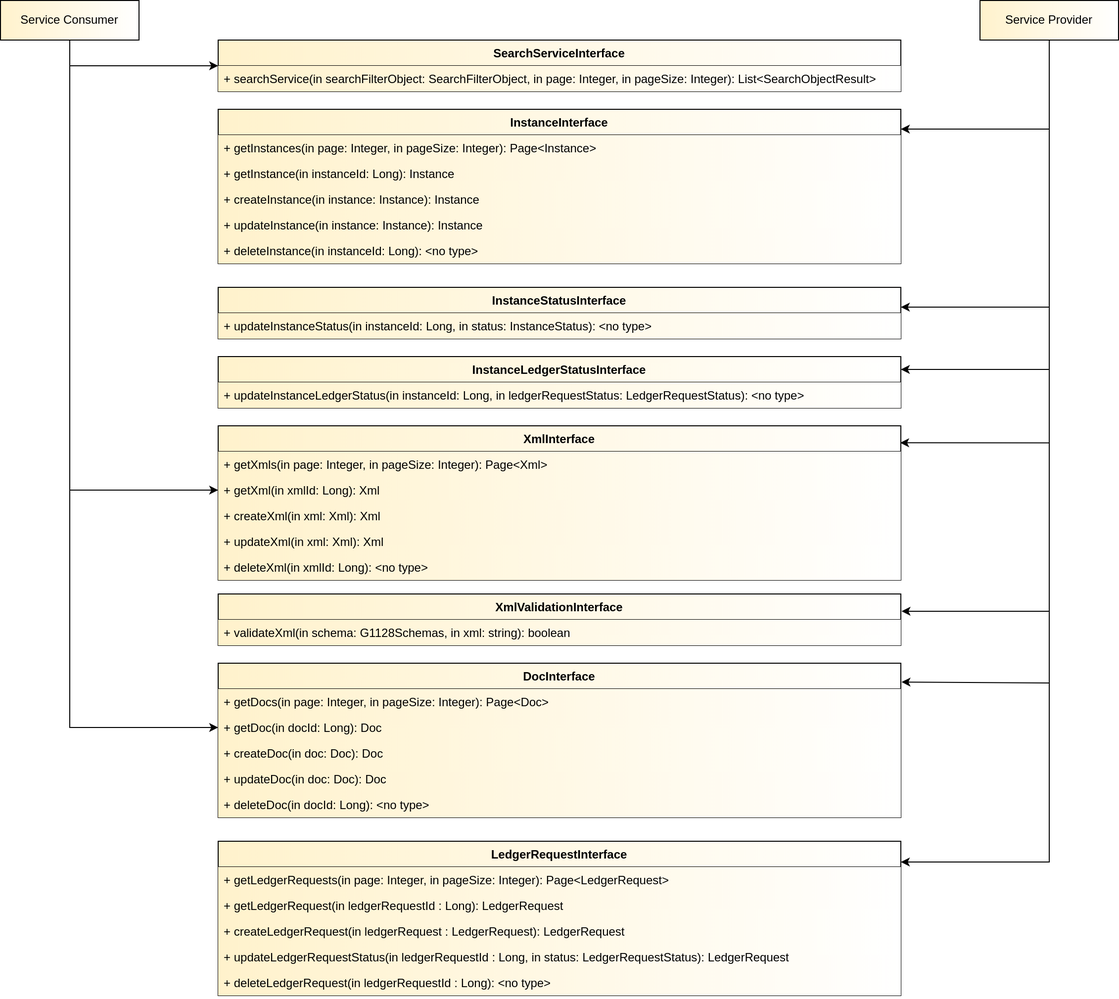
The draw.io diagram materials/interfacedefinitions.drawio.png in maritimeconnectivity/g1128-msr-service-specification, before a commit. Source tidied: cells renumbered, new cells last; positions are measured from the earlier drawing's top-left corner, leaving out a move shared by most shapes.
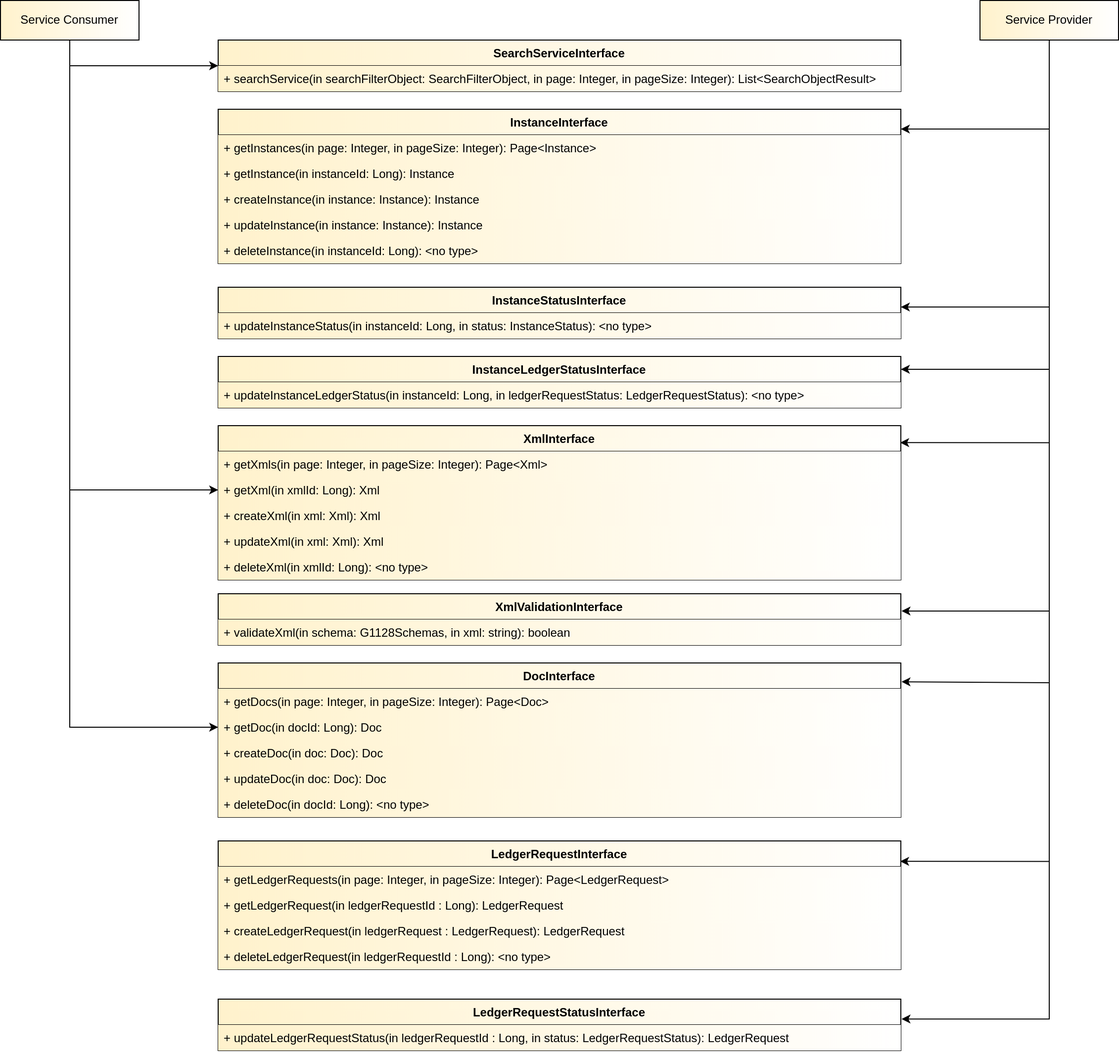
The same diagram one commit later.

Diff of the diagram source:
```diff
@@ -80,7 +80,7 @@
         </Array>
       </mxGeometry>
     </mxCell>
-    <mxCell id="25" style="edgeStyle=orthogonalEdgeStyle;rounded=0;jettySize=auto;html=1;exitX=0.5;exitY=1;exitDx=0;exitDy=0;" parent="1" edge="1" source="29" target="34">
+    <mxCell id="25" style="edgeStyle=orthogonalEdgeStyle;rounded=0;jettySize=auto;html=1;entryX=0.999;entryY=0.159;entryDx=0;entryDy=0;exitX=0.5;exitY=1;exitDx=0;exitDy=0;entryPerimeter=0;" parent="1" edge="1" source="29" target="34">
       <mxGeometry relative="1" as="geometry">
         <Array as="points">
           <mxPoint x="1060" y="871" />
@@ -103,6 +103,13 @@
         </Array>
       </mxGeometry>
     </mxCell>
+    <mxCell id="46" style="edgeStyle=orthogonalEdgeStyle;rounded=0;jettySize=auto;html=1;entryX=1.001;entryY=0.387;entryDx=0;entryDy=0;entryPerimeter=0;" parent="1" edge="1" source="29" target="47">
+      <mxGeometry relative="1" as="geometry">
+        <Array as="points">
+          <mxPoint x="1060" y="1030" />
+        </Array>
+      </mxGeometry>
+    </mxCell>
     <mxCell id="28" style="edgeStyle=orthogonalEdgeStyle;rounded=0;jettySize=auto;html=1;entryX=1.001;entryY=0.336;entryDx=0;entryDy=0;exitX=0.5;exitY=1;exitDx=0;exitDy=0;entryPerimeter=0;" parent="1" edge="1" source="29" target="44">
       <mxGeometry relative="1" as="geometry" />
     </mxCell>
@@ -126,7 +133,7 @@
       <mxGeometry width="140" height="40" as="geometry" />
     </mxCell>
     <mxCell id="34" value="LedgerRequestInterface" style="swimlane;fontStyle=1;align=center;verticalAlign=top;horizontal=1;startSize=26;rounded=0;glass=0;fillColor=#fff2cc;gradientDirection=east;strokeColor=#000000;gradientColor=#ffffff;" parent="1" vertex="1">
-      <mxGeometry x="220" y="850" width="690" height="156" as="geometry" />
+      <mxGeometry x="220" y="850" width="690" height="130" as="geometry" />
     </mxCell>
     <mxCell id="35" value="+ getLedgerRequests(in page: Integer, in pageSize: Integer): Page&lt;LedgerRequest&gt;" style="text;strokeColor=none;fillColor=#fff2cc;align=left;verticalAlign=top;spacingLeft=4;spacingRight=4;overflow=hidden;rounded=0;glass=0;gradientColor=#ffffff;gradientDirection=east;strokeWidth=1;" parent="34" vertex="1">
       <mxGeometry y="26" width="690" height="26" as="geometry" />
@@ -137,12 +144,15 @@
     <mxCell id="37" value="+ createLedgerRequest(in ledgerRequest : LedgerRequest): LedgerRequest" style="text;strokeColor=none;fillColor=#fff2cc;align=left;verticalAlign=top;spacingLeft=4;spacingRight=4;overflow=hidden;rounded=0;glass=0;gradientColor=#ffffff;gradientDirection=east;strokeWidth=1;" parent="34" vertex="1">
       <mxGeometry y="78" width="690" height="26" as="geometry" />
     </mxCell>
+    <mxCell id="39" value="+ deleteLedgerRequest(in ledgerRequestId : Long): &lt;no type&gt;&#10;" style="text;strokeColor=none;fillColor=#fff2cc;align=left;verticalAlign=top;spacingLeft=4;spacingRight=4;overflow=hidden;rounded=0;glass=0;gradientColor=#ffffff;gradientDirection=east;strokeWidth=1;" parent="34" vertex="1">
+      <mxGeometry y="104" width="690" height="26" as="geometry" />
+    </mxCell>
+    <mxCell id="47" value="LedgerRequestStatusInterface" style="swimlane;fontStyle=1;align=center;verticalAlign=top;horizontal=1;startSize=26;rounded=0;glass=0;fillColor=#fff2cc;gradientDirection=east;strokeColor=#000000;gradientColor=#ffffff;" parent="1" vertex="1">
+      <mxGeometry x="220" y="1010" width="690" height="52" as="geometry" />
+    </mxCell>
-    <mxCell id="38" value="+ updateLedgerRequestStatus(in ledgerRequestId : Long, in status: LedgerRequestStatus): LedgerRequest" style="text;strokeColor=none;fillColor=#fff2cc;align=left;verticalAlign=top;spacingLeft=4;spacingRight=4;overflow=hidden;rounded=0;glass=0;gradientColor=#ffffff;gradientDirection=east;strokeWidth=1;" parent="34" vertex="1">
-      <mxGeometry y="104" width="690" height="26" as="geometry" />
+    <mxCell id="38" value="+ updateLedgerRequestStatus(in ledgerRequestId : Long, in status: LedgerRequestStatus): LedgerRequest" style="text;strokeColor=none;fillColor=#fff2cc;align=left;verticalAlign=top;spacingLeft=4;spacingRight=4;overflow=hidden;rounded=0;glass=0;gradientColor=#ffffff;gradientDirection=east;strokeWidth=1;" parent="47" vertex="1">
+      <mxGeometry y="26" width="690" height="26" as="geometry" />
     </mxCell>
-    <mxCell id="39" value="+ deleteLedgerRequest(in ledgerRequestId : Long): &lt;no type&gt;&#10;" style="text;strokeColor=none;fillColor=#fff2cc;align=left;verticalAlign=top;spacingLeft=4;spacingRight=4;overflow=hidden;rounded=0;glass=0;gradientColor=#ffffff;gradientDirection=east;strokeWidth=1;" parent="34" vertex="1">
-      <mxGeometry y="130" width="690" height="26" as="geometry" />
-    </mxCell>
     <mxCell id="40" value="InstanceStatusInterface" style="swimlane;fontStyle=1;align=center;verticalAlign=top;horizontal=1;startSize=26;rounded=0;glass=0;fillColor=#fff2cc;gradientDirection=east;strokeColor=#000000;gradientColor=#ffffff;" parent="1" vertex="1">
       <mxGeometry x="220" y="290" width="690" height="52" as="geometry" />
     </mxCell>
```
